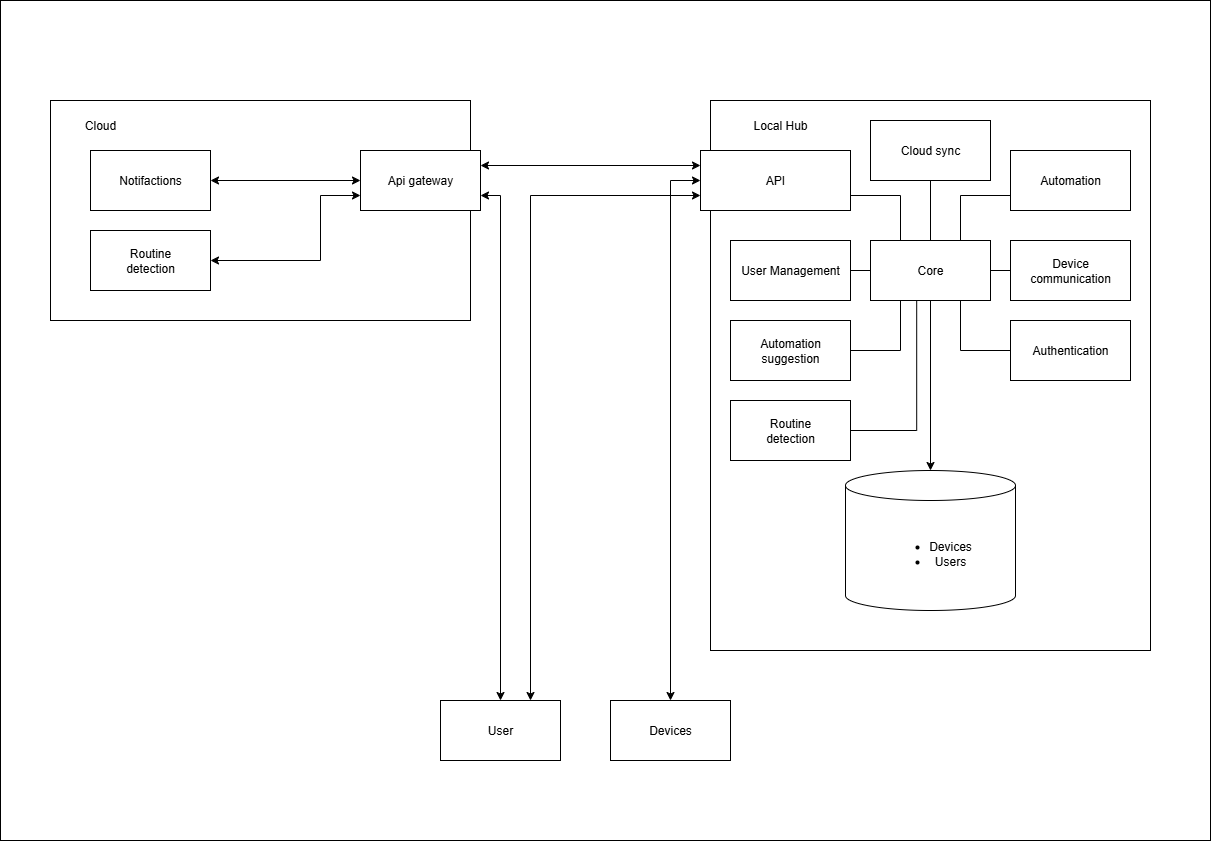
Earlier version of the draw.io export report/images/container.png (Shreya-Sebastian/Software_Architecture_PoC). Source tidied: cells renumbered, new cells last; positions are measured from the earlier drawing's top-left corner, leaving out a move shared by most shapes. The source it was exported from:
```xml
<mxGraphModel>
  <root>
    <mxCell id="0" />
    <mxCell id="1" parent="0" />
    <mxCell id="2" value="&lt;p&gt;&lt;br&gt;&lt;/p&gt;" style="rounded=0;whiteSpace=wrap;html=1;align=left;" parent="1" vertex="1">
      <mxGeometry width="1210" height="840" as="geometry" />
    </mxCell>
    <mxCell id="3" value="&lt;p&gt;&lt;br&gt;&lt;/p&gt;" style="rounded=0;whiteSpace=wrap;html=1;align=left;" parent="1" vertex="1">
      <mxGeometry x="710" y="100" width="440" height="550" as="geometry" />
    </mxCell>
    <mxCell id="4" value="Local Hub" style="rounded=0;whiteSpace=wrap;html=1;strokeColor=none;" parent="1" vertex="1">
      <mxGeometry x="740" y="110" width="80" height="30" as="geometry" />
    </mxCell>
    <mxCell id="5" value="&lt;ul&gt;&lt;li&gt;Devices&lt;/li&gt;&lt;li&gt;Users&lt;/li&gt;&lt;/ul&gt;" style="shape=cylinder3;whiteSpace=wrap;html=1;boundedLbl=1;backgroundOutline=1;size=15;" parent="1" vertex="1">
      <mxGeometry x="845" y="470" width="170" height="140" as="geometry" />
    </mxCell>
    <mxCell id="6" value="&lt;p&gt;&lt;br&gt;&lt;/p&gt;" style="rounded=0;whiteSpace=wrap;html=1;align=left;" parent="1" vertex="1">
      <mxGeometry x="50" y="100" width="420" height="220" as="geometry" />
    </mxCell>
    <mxCell id="7" value="Cloud" style="rounded=0;whiteSpace=wrap;html=1;strokeColor=none;" parent="1" vertex="1">
      <mxGeometry x="60" y="110" width="80" height="30" as="geometry" />
    </mxCell>
    <mxCell id="8" style="edgeStyle=orthogonalEdgeStyle;rounded=0;jettySize=auto;html=1;entryX=0.5;entryY=0;entryDx=0;entryDy=0;endArrow=none;endFill=0;" parent="1" edge="1" source="9" target="30">
      <mxGeometry relative="1" as="geometry" />
    </mxCell>
    <mxCell id="9" value="Cloud sync" style="rounded=0;whiteSpace=wrap;html=1;" parent="1" vertex="1">
      <mxGeometry x="870" y="120" width="120" height="60" as="geometry" />
    </mxCell>
    <mxCell id="10" style="edgeStyle=orthogonalEdgeStyle;rounded=0;jettySize=auto;html=1;exitX=1;exitY=0.75;exitDx=0;exitDy=0;entryX=0.25;entryY=0;entryDx=0;entryDy=0;endArrow=none;endFill=0;" parent="1" edge="1" source="11" target="30">
      <mxGeometry relative="1" as="geometry" />
    </mxCell>
    <mxCell id="11" value="API" style="rounded=0;whiteSpace=wrap;html=1;" parent="1" vertex="1">
      <mxGeometry x="700" y="150" width="150" height="60" as="geometry" />
    </mxCell>
    <mxCell id="12" style="edgeStyle=orthogonalEdgeStyle;rounded=0;jettySize=auto;html=1;exitX=0.5;exitY=0;exitDx=0;exitDy=0;entryX=1;entryY=0.75;entryDx=0;entryDy=0;endArrow=classic;endFill=1;startArrow=classic;startFill=1;" parent="1" edge="1" source="14" target="24">
      <mxGeometry relative="1" as="geometry">
        <Array as="points">
          <mxPoint x="500" y="195" />
        </Array>
      </mxGeometry>
    </mxCell>
    <mxCell id="13" style="edgeStyle=orthogonalEdgeStyle;rounded=0;jettySize=auto;html=1;exitX=0.75;exitY=0;exitDx=0;exitDy=0;entryX=0;entryY=0.75;entryDx=0;entryDy=0;startArrow=classic;startFill=1;" parent="1" edge="1" source="14" target="11">
      <mxGeometry relative="1" as="geometry" />
    </mxCell>
    <mxCell id="14" value="User" style="rounded=0;whiteSpace=wrap;html=1;" parent="1" vertex="1">
      <mxGeometry x="440" y="700" width="120" height="60" as="geometry" />
    </mxCell>
    <mxCell id="15" style="edgeStyle=orthogonalEdgeStyle;rounded=0;jettySize=auto;html=1;exitX=0;exitY=0.5;exitDx=0;exitDy=0;entryX=1;entryY=0.75;entryDx=0;entryDy=0;endArrow=none;endFill=0;" parent="1" edge="1" source="16" target="30">
      <mxGeometry relative="1" as="geometry" />
    </mxCell>
    <mxCell id="16" value="Device communication" style="rounded=0;whiteSpace=wrap;html=1;" parent="1" vertex="1">
      <mxGeometry x="1010" y="240" width="120" height="60" as="geometry" />
    </mxCell>
    <mxCell id="17" style="edgeStyle=orthogonalEdgeStyle;rounded=0;jettySize=auto;html=1;exitX=0;exitY=0.75;exitDx=0;exitDy=0;entryX=0.75;entryY=0;entryDx=0;entryDy=0;endArrow=none;endFill=0;" parent="1" edge="1" source="18" target="30">
      <mxGeometry relative="1" as="geometry" />
    </mxCell>
    <mxCell id="18" value="Automation" style="rounded=0;whiteSpace=wrap;html=1;" parent="1" vertex="1">
      <mxGeometry x="1010" y="150" width="120" height="60" as="geometry" />
    </mxCell>
    <mxCell id="19" style="edgeStyle=orthogonalEdgeStyle;rounded=0;jettySize=auto;html=1;exitX=1;exitY=0.5;exitDx=0;exitDy=0;entryX=0;entryY=0.75;entryDx=0;entryDy=0;endArrow=none;endFill=0;" parent="1" edge="1" source="20" target="30">
      <mxGeometry relative="1" as="geometry" />
    </mxCell>
    <mxCell id="20" value="User Management" style="rounded=0;whiteSpace=wrap;html=1;" parent="1" vertex="1">
      <mxGeometry x="730" y="240" width="120" height="60" as="geometry" />
    </mxCell>
    <mxCell id="21" style="edgeStyle=orthogonalEdgeStyle;rounded=0;jettySize=auto;html=1;exitX=1;exitY=0.25;exitDx=0;exitDy=0;entryX=0;entryY=0.25;entryDx=0;entryDy=0;startArrow=classic;startFill=1;" parent="1" edge="1" source="24" target="11">
      <mxGeometry relative="1" as="geometry" />
    </mxCell>
    <mxCell id="22" style="edgeStyle=orthogonalEdgeStyle;rounded=0;jettySize=auto;html=1;entryX=1;entryY=0.5;entryDx=0;entryDy=0;startArrow=classic;startFill=1;" parent="1" edge="1" source="24" target="25">
      <mxGeometry relative="1" as="geometry" />
    </mxCell>
    <mxCell id="23" style="edgeStyle=orthogonalEdgeStyle;rounded=0;jettySize=auto;html=1;exitX=0;exitY=0.75;exitDx=0;exitDy=0;entryX=1;entryY=0.5;entryDx=0;entryDy=0;endArrow=classic;endFill=1;startArrow=classic;startFill=1;" parent="1" edge="1" source="24" target="26">
      <mxGeometry relative="1" as="geometry">
        <Array as="points">
          <mxPoint x="320" y="195" />
          <mxPoint x="320" y="260" />
        </Array>
      </mxGeometry>
    </mxCell>
    <mxCell id="24" value="Api gateway" style="rounded=0;whiteSpace=wrap;html=1;" parent="1" vertex="1">
      <mxGeometry x="360" y="150" width="120" height="60" as="geometry" />
    </mxCell>
    <mxCell id="25" value="Notifactions" style="rounded=0;whiteSpace=wrap;html=1;" parent="1" vertex="1">
      <mxGeometry x="90" y="150" width="120" height="60" as="geometry" />
    </mxCell>
    <mxCell id="26" value="Routine&lt;div&gt;detection&lt;/div&gt;" style="rounded=0;whiteSpace=wrap;html=1;" parent="1" vertex="1">
      <mxGeometry x="90" y="230" width="120" height="60" as="geometry" />
    </mxCell>
    <mxCell id="27" style="edgeStyle=orthogonalEdgeStyle;rounded=0;jettySize=auto;html=1;exitX=0.5;exitY=0;exitDx=0;exitDy=0;entryX=0;entryY=0.5;entryDx=0;entryDy=0;startArrow=classic;startFill=1;" parent="1" edge="1" source="28" target="11">
      <mxGeometry relative="1" as="geometry" />
    </mxCell>
    <mxCell id="28" value="Devices" style="rounded=0;whiteSpace=wrap;html=1;" parent="1" vertex="1">
      <mxGeometry x="610" y="700" width="120" height="60" as="geometry" />
    </mxCell>
    <mxCell id="29" style="edgeStyle=orthogonalEdgeStyle;rounded=0;jettySize=auto;html=1;" parent="1" edge="1" source="30" target="5">
      <mxGeometry relative="1" as="geometry" />
    </mxCell>
    <mxCell id="30" value="Core" style="rounded=0;whiteSpace=wrap;html=1;" parent="1" vertex="1">
      <mxGeometry x="870" y="240" width="120" height="60" as="geometry" />
    </mxCell>
    <mxCell id="31" style="edgeStyle=orthogonalEdgeStyle;rounded=0;jettySize=auto;html=1;exitX=0;exitY=0.5;exitDx=0;exitDy=0;entryX=0.75;entryY=1;entryDx=0;entryDy=0;endArrow=none;endFill=0;" parent="1" edge="1" source="32" target="30">
      <mxGeometry relative="1" as="geometry" />
    </mxCell>
    <mxCell id="32" value="Authentication" style="rounded=0;whiteSpace=wrap;html=1;" parent="1" vertex="1">
      <mxGeometry x="1010" y="320" width="120" height="60" as="geometry" />
    </mxCell>
    <mxCell id="33" style="edgeStyle=orthogonalEdgeStyle;rounded=0;jettySize=auto;html=1;exitX=1;exitY=0.5;exitDx=0;exitDy=0;entryX=0.25;entryY=1;entryDx=0;entryDy=0;endArrow=none;endFill=0;" parent="1" edge="1" source="34" target="30">
      <mxGeometry relative="1" as="geometry" />
    </mxCell>
    <mxCell id="34" value="Automation suggestion" style="rounded=0;whiteSpace=wrap;html=1;" parent="1" vertex="1">
      <mxGeometry x="730" y="320" width="120" height="60" as="geometry" />
    </mxCell>
    <mxCell id="35" value="Routine&lt;div&gt;detection&lt;/div&gt;" style="rounded=0;whiteSpace=wrap;html=1;" parent="1" vertex="1">
      <mxGeometry x="730" y="400" width="120" height="60" as="geometry" />
    </mxCell>
    <mxCell id="36" style="edgeStyle=orthogonalEdgeStyle;rounded=0;jettySize=auto;html=1;exitX=1;exitY=0.5;exitDx=0;exitDy=0;entryX=0.385;entryY=0.998;entryDx=0;entryDy=0;entryPerimeter=0;endArrow=none;endFill=0;" parent="1" edge="1" source="35" target="30">
      <mxGeometry relative="1" as="geometry" />
    </mxCell>
  </root>
</mxGraphModel>
```
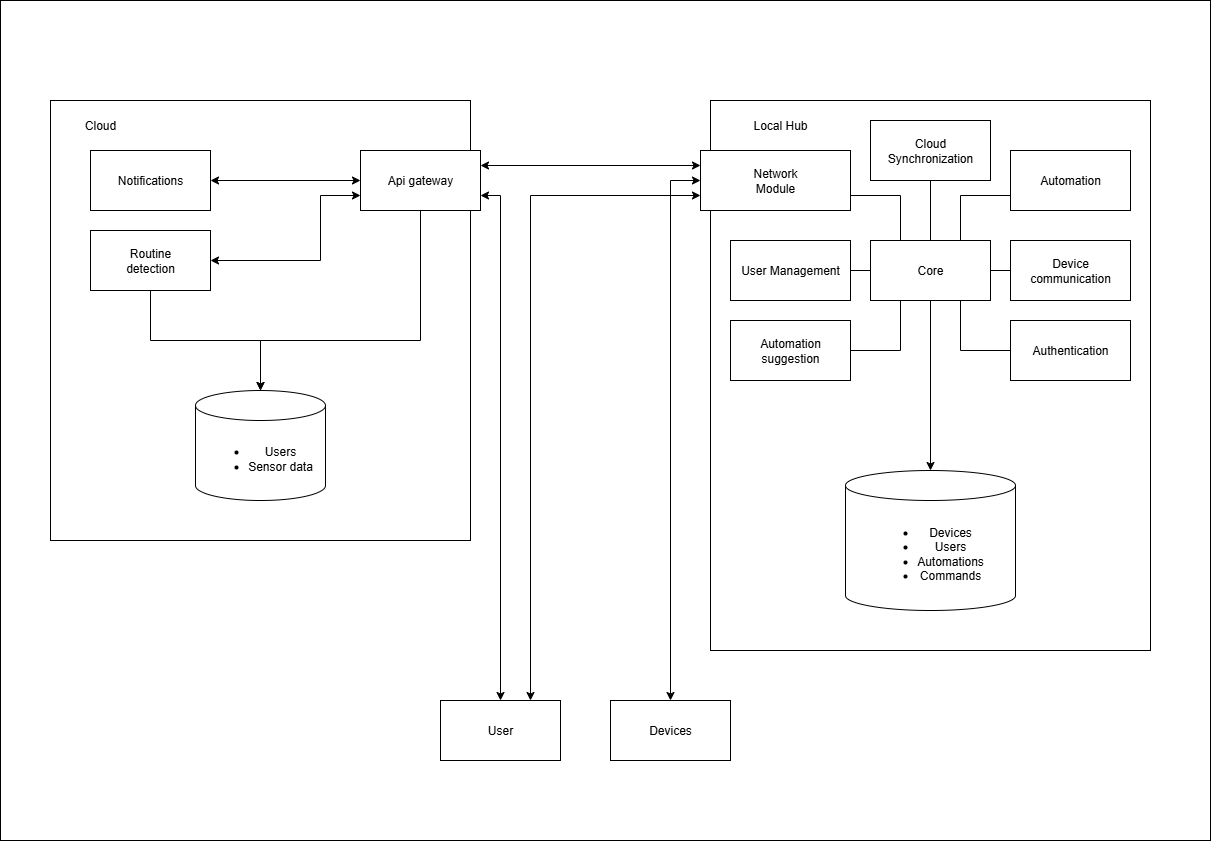
After the commit.

The edit, as a diff of the source:
```diff
@@ -11,11 +11,11 @@
     <mxCell id="4" value="Local Hub" style="rounded=0;whiteSpace=wrap;html=1;strokeColor=none;" parent="1" vertex="1">
       <mxGeometry x="740" y="110" width="80" height="30" as="geometry" />
     </mxCell>
-    <mxCell id="5" value="&lt;ul&gt;&lt;li&gt;Devices&lt;/li&gt;&lt;li&gt;Users&lt;/li&gt;&lt;/ul&gt;" style="shape=cylinder3;whiteSpace=wrap;html=1;boundedLbl=1;backgroundOutline=1;size=15;" parent="1" vertex="1">
+    <mxCell id="5" value="&lt;ul&gt;&lt;li&gt;Devices&lt;/li&gt;&lt;li&gt;Users&lt;/li&gt;&lt;li&gt;Automations&lt;/li&gt;&lt;li&gt;Commands&lt;/li&gt;&lt;/ul&gt;" style="shape=cylinder3;whiteSpace=wrap;html=1;boundedLbl=1;backgroundOutline=1;size=15;" parent="1" vertex="1">
       <mxGeometry x="845" y="470" width="170" height="140" as="geometry" />
     </mxCell>
     <mxCell id="6" value="&lt;p&gt;&lt;br&gt;&lt;/p&gt;" style="rounded=0;whiteSpace=wrap;html=1;align=left;" parent="1" vertex="1">
-      <mxGeometry x="50" y="100" width="420" height="220" as="geometry" />
+      <mxGeometry x="50" y="100" width="420" height="440" as="geometry" />
     </mxCell>
     <mxCell id="7" value="Cloud" style="rounded=0;whiteSpace=wrap;html=1;strokeColor=none;" parent="1" vertex="1">
       <mxGeometry x="60" y="110" width="80" height="30" as="geometry" />
@@ -23,13 +23,13 @@
     <mxCell id="8" style="edgeStyle=orthogonalEdgeStyle;rounded=0;jettySize=auto;html=1;entryX=0.5;entryY=0;entryDx=0;entryDy=0;endArrow=none;endFill=0;" parent="1" edge="1" source="9" target="30">
       <mxGeometry relative="1" as="geometry" />
     </mxCell>
-    <mxCell id="9" value="Cloud sync" style="rounded=0;whiteSpace=wrap;html=1;" parent="1" vertex="1">
+    <mxCell id="9" value="Cloud&lt;div&gt;Synchronization&lt;/div&gt;" style="rounded=0;whiteSpace=wrap;html=1;" parent="1" vertex="1">
       <mxGeometry x="870" y="120" width="120" height="60" as="geometry" />
     </mxCell>
     <mxCell id="10" style="edgeStyle=orthogonalEdgeStyle;rounded=0;jettySize=auto;html=1;exitX=1;exitY=0.75;exitDx=0;exitDy=0;entryX=0.25;entryY=0;entryDx=0;entryDy=0;endArrow=none;endFill=0;" parent="1" edge="1" source="11" target="30">
       <mxGeometry relative="1" as="geometry" />
     </mxCell>
-    <mxCell id="11" value="API" style="rounded=0;whiteSpace=wrap;html=1;" parent="1" vertex="1">
+    <mxCell id="11" value="Network&lt;div&gt;Module&lt;/div&gt;" style="rounded=0;whiteSpace=wrap;html=1;" parent="1" vertex="1">
       <mxGeometry x="700" y="150" width="150" height="60" as="geometry" />
     </mxCell>
     <mxCell id="12" style="edgeStyle=orthogonalEdgeStyle;rounded=0;jettySize=auto;html=1;exitX=0.5;exitY=0;exitDx=0;exitDy=0;entryX=1;entryY=0.75;entryDx=0;entryDy=0;endArrow=classic;endFill=1;startArrow=classic;startFill=1;" parent="1" edge="1" source="14" target="24">
@@ -80,7 +80,7 @@
     <mxCell id="24" value="Api gateway" style="rounded=0;whiteSpace=wrap;html=1;" parent="1" vertex="1">
       <mxGeometry x="360" y="150" width="120" height="60" as="geometry" />
     </mxCell>
-    <mxCell id="25" value="Notifactions" style="rounded=0;whiteSpace=wrap;html=1;" parent="1" vertex="1">
+    <mxCell id="25" value="Notifications" style="rounded=0;whiteSpace=wrap;html=1;" parent="1" vertex="1">
       <mxGeometry x="90" y="150" width="120" height="60" as="geometry" />
     </mxCell>
     <mxCell id="26" value="Routine&lt;div&gt;detection&lt;/div&gt;" style="rounded=0;whiteSpace=wrap;html=1;" parent="1" vertex="1">
@@ -110,11 +110,19 @@
     <mxCell id="34" value="Automation suggestion" style="rounded=0;whiteSpace=wrap;html=1;" parent="1" vertex="1">
       <mxGeometry x="730" y="320" width="120" height="60" as="geometry" />
     </mxCell>
-    <mxCell id="35" value="Routine&lt;div&gt;detection&lt;/div&gt;" style="rounded=0;whiteSpace=wrap;html=1;" parent="1" vertex="1">
-      <mxGeometry x="730" y="400" width="120" height="60" as="geometry" />
-    </mxCell>
-    <mxCell id="36" style="edgeStyle=orthogonalEdgeStyle;rounded=0;jettySize=auto;html=1;exitX=1;exitY=0.5;exitDx=0;exitDy=0;entryX=0.385;entryY=0.998;entryDx=0;entryDy=0;entryPerimeter=0;endArrow=none;endFill=0;" parent="1" edge="1" source="35" target="30">
-      <mxGeometry relative="1" as="geometry" />
-    </mxCell>
+    <mxCell id="37" style="edgeStyle=orthogonalEdgeStyle;rounded=0;jettySize=auto;html=1;entryX=0.5;entryY=1;entryDx=0;entryDy=0;endArrow=none;endFill=0;startArrow=classic;startFill=1;" parent="1" edge="1" source="39" target="26">
+      <mxGeometry relative="1" as="geometry" />
+    </mxCell>
+    <mxCell id="38" style="edgeStyle=orthogonalEdgeStyle;rounded=0;jettySize=auto;html=1;entryX=0.5;entryY=1;entryDx=0;entryDy=0;exitX=0.5;exitY=0;exitDx=0;exitDy=0;exitPerimeter=0;startArrow=classic;startFill=0;endArrow=none;endFill=0;" parent="1" edge="1" source="39" target="24">
+      <mxGeometry relative="1" as="geometry">
+        <Array as="points">
+          <mxPoint x="260" y="340" />
+          <mxPoint x="420" y="340" />
+        </Array>
+      </mxGeometry>
+    </mxCell>
+    <mxCell id="39" value="&lt;ul&gt;&lt;li&gt;Users&lt;/li&gt;&lt;li&gt;Sensor data&lt;/li&gt;&lt;/ul&gt;" style="shape=cylinder3;whiteSpace=wrap;html=1;boundedLbl=1;backgroundOutline=1;size=15;" parent="1" vertex="1">
+      <mxGeometry x="195" y="390" width="130" height="110" as="geometry" />
+    </mxCell>
   </root>
 </mxGraphModel>
```
